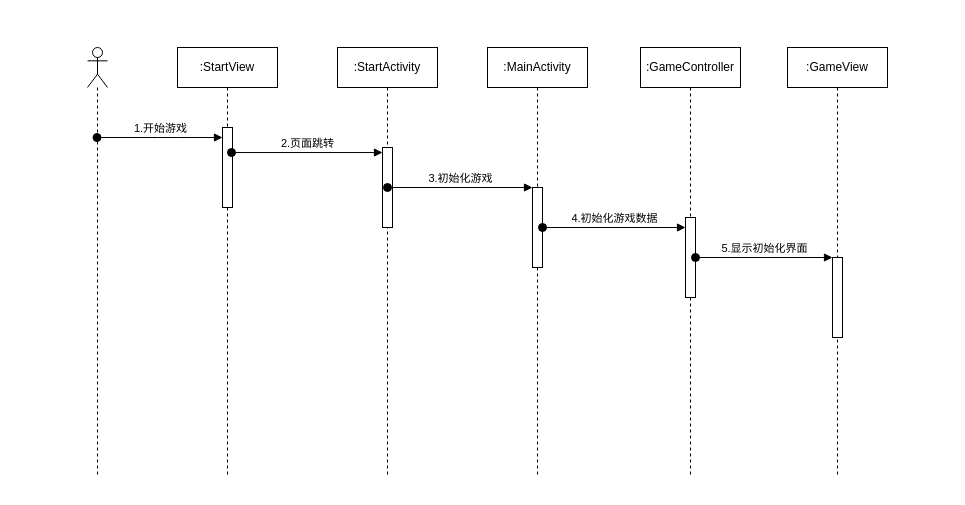
Earlier version of the draw.io diagram page "outline sequence" (2 of 2) of Android Media Program Course Design.drawio (ScarboroughCoral/Draw.io.Storage). Source tidied: cells renumbered, new cells numbered last; positions are measured from the earlier drawing's top-left corner, leaving out a move shared by most shapes. Both pictures are drawn from the tidied source at 100%, with x=0, y=0 at pixel (87, 47).
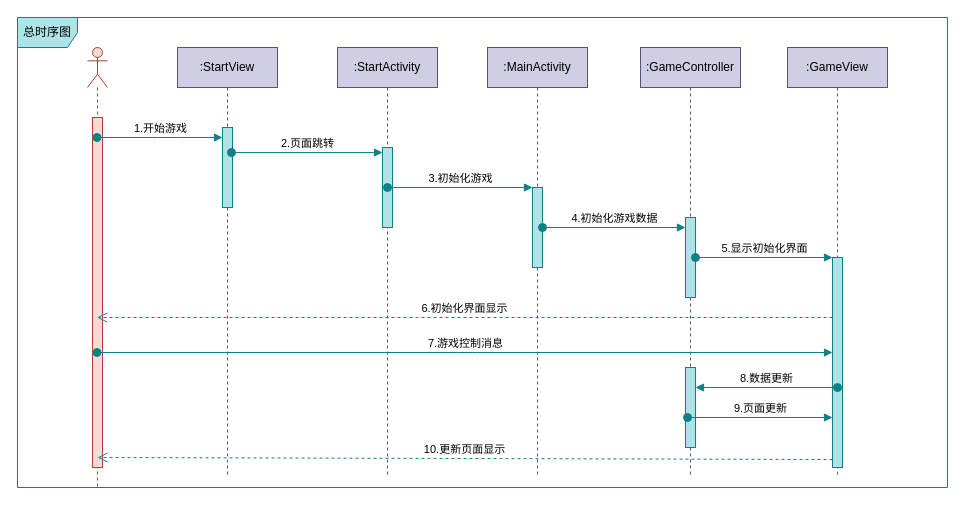
After the change.

The edit, as a diff of the source:
```diff
@@
+    <mxCell id="18" value="总时序图" style="shape=umlFrame;whiteSpace=wrap;html=1;fillColor=#b0e3e6;strokeColor=#0e8088;" parent="1" vertex="1">
+      <mxGeometry x="-70" y="-30" width="930" height="470" as="geometry" />
+    </mxCell>
-    <mxCell id="2" value=":MainActivity" style="shape=umlLifeline;perimeter=lifelinePerimeter;whiteSpace=wrap;html=1;" parent="1" vertex="1">
+    <mxCell id="2" value=":MainActivity" style="shape=umlLifeline;perimeter=lifelinePerimeter;whiteSpace=wrap;html=1;fillColor=#d0cee2;strokeColor=#56517e;" parent="1" vertex="1">
       <mxGeometry x="400" width="100" height="430" as="geometry" />
     </mxCell>
-    <mxCell id="3" style="html=1;points=[];perimeter=orthogonalPerimeter;" parent="2" vertex="1">
+    <mxCell id="3" style="html=1;points=[];perimeter=orthogonalPerimeter;fillColor=#b0e3e6;strokeColor=#0e8088;" parent="2" vertex="1">
       <mxGeometry x="45" y="140" width="10" height="80" as="geometry" />
     </mxCell>
-    <mxCell id="4" style="shape=umlLifeline;participant=umlActor;perimeter=lifelinePerimeter;whiteSpace=wrap;html=1;verticalAlign=top;spacingTop=36;labelBackgroundColor=#ffffff;outlineConnect=0;" parent="1" vertex="1">
-      <mxGeometry width="20" height="430" as="geometry" />
+    <mxCell id="4" style="shape=umlLifeline;participant=umlActor;perimeter=lifelinePerimeter;whiteSpace=wrap;html=1;verticalAlign=top;spacingTop=36;labelBackgroundColor=#ffffff;outlineConnect=0;fillColor=#fad9d5;strokeColor=#ae4132;" parent="1" vertex="1">
+      <mxGeometry width="20" height="440" as="geometry" />
     </mxCell>
+    <mxCell id="19" style="html=1;perimeter=orthogonalPerimeter;fillColor=#fad9d5;strokeColor=#ae4132;" parent="4" vertex="1">
+      <mxGeometry x="5" y="70" width="10" height="350" as="geometry" />
+    </mxCell>
-    <mxCell id="5" value=":GameView" style="shape=umlLifeline;perimeter=lifelinePerimeter;whiteSpace=wrap;html=1;" parent="1" vertex="1">
+    <mxCell id="5" value=":GameView" style="shape=umlLifeline;perimeter=lifelinePerimeter;whiteSpace=wrap;html=1;fillColor=#d0cee2;strokeColor=#56517e;" parent="1" vertex="1">
       <mxGeometry x="700" width="100" height="430" as="geometry" />
     </mxCell>
-    <mxCell id="6" style="html=1;points=[];perimeter=orthogonalPerimeter;" parent="5" vertex="1">
-      <mxGeometry x="45" y="210" width="10" height="80" as="geometry" />
+    <mxCell id="6" style="html=1;points=[];perimeter=orthogonalPerimeter;fillColor=#b0e3e6;strokeColor=#0e8088;" parent="5" vertex="1">
+      <mxGeometry x="45" y="210" width="10" height="210" as="geometry" />
     </mxCell>
+    <mxCell id="20" value="8.数据更新" style="html=1;verticalAlign=bottom;startArrow=oval;startFill=1;endArrow=block;startSize=8;fillColor=#b0e3e6;strokeColor=#0e8088;" parent="5" edge="1" target="21">
+      <mxGeometry relative="1" as="geometry">
+        <mxPoint x="50" y="340" as="sourcePoint" />
+      </mxGeometry>
+    </mxCell>
-    <mxCell id="7" value=":GameController" style="shape=umlLifeline;perimeter=lifelinePerimeter;whiteSpace=wrap;html=1;" parent="1" vertex="1">
+    <mxCell id="7" value=":GameController" style="shape=umlLifeline;perimeter=lifelinePerimeter;whiteSpace=wrap;html=1;fillColor=#d0cee2;strokeColor=#56517e;" parent="1" vertex="1">
       <mxGeometry x="553" width="100" height="430" as="geometry" />
     </mxCell>
-    <mxCell id="8" style="html=1;points=[];perimeter=orthogonalPerimeter;" parent="7" vertex="1">
+    <mxCell id="8" style="html=1;points=[];perimeter=orthogonalPerimeter;fillColor=#b0e3e6;strokeColor=#0e8088;" parent="7" vertex="1">
       <mxGeometry x="45" y="170" width="10" height="80" as="geometry" />
     </mxCell>
+    <mxCell id="21" style="html=1;points=[];perimeter=orthogonalPerimeter;fillColor=#b0e3e6;strokeColor=#0e8088;" parent="7" vertex="1">
+      <mxGeometry x="45" y="320" width="10" height="80" as="geometry" />
+    </mxCell>
+    <mxCell id="22" value="9.页面更新" style="html=1;verticalAlign=bottom;startArrow=oval;startFill=1;endArrow=block;startSize=8;fillColor=#b0e3e6;strokeColor=#0e8088;" parent="7" edge="1" target="6">
+      <mxGeometry relative="1" as="geometry">
+        <mxPoint x="47" y="370" as="sourcePoint" />
+      </mxGeometry>
+    </mxCell>
-    <mxCell id="9" value=":StartActivity" style="shape=umlLifeline;perimeter=lifelinePerimeter;whiteSpace=wrap;html=1;" parent="1" vertex="1">
+    <mxCell id="9" value=":StartActivity" style="shape=umlLifeline;perimeter=lifelinePerimeter;whiteSpace=wrap;html=1;fillColor=#d0cee2;strokeColor=#56517e;" parent="1" vertex="1">
       <mxGeometry x="250" width="100" height="430" as="geometry" />
     </mxCell>
-    <mxCell id="10" style="html=1;points=[];perimeter=orthogonalPerimeter;" parent="9" vertex="1">
+    <mxCell id="10" style="html=1;points=[];perimeter=orthogonalPerimeter;fillColor=#b0e3e6;strokeColor=#0e8088;" parent="9" vertex="1">
       <mxGeometry x="45" y="100" width="10" height="80" as="geometry" />
     </mxCell>
-    <mxCell id="11" value=":StartView" style="shape=umlLifeline;perimeter=lifelinePerimeter;whiteSpace=wrap;html=1;" parent="1" vertex="1">
+    <mxCell id="11" value=":StartView" style="shape=umlLifeline;perimeter=lifelinePerimeter;whiteSpace=wrap;html=1;fillColor=#d0cee2;strokeColor=#56517e;" parent="1" vertex="1">
       <mxGeometry x="90" width="100" height="430" as="geometry" />
     </mxCell>
-    <mxCell id="12" style="html=1;points=[];perimeter=orthogonalPerimeter;" parent="11" vertex="1">
+    <mxCell id="12" style="html=1;points=[];perimeter=orthogonalPerimeter;fillColor=#b0e3e6;strokeColor=#0e8088;" parent="11" vertex="1">
       <mxGeometry x="45" y="80" width="10" height="80" as="geometry" />
     </mxCell>
-    <mxCell id="13" value="1.开始游戏" style="html=1;verticalAlign=bottom;startArrow=oval;endArrow=block;startSize=8;" parent="1" edge="1" source="4" target="12">
+    <mxCell id="13" value="1.开始游戏" style="html=1;verticalAlign=bottom;startArrow=oval;endArrow=block;startSize=8;fillColor=#b0e3e6;strokeColor=#0e8088;" parent="1" edge="1" source="4" target="12">
       <mxGeometry relative="1" as="geometry">
         <Array as="points">
           <mxPoint x="80" y="90" />
         </Array>
       </mxGeometry>
     </mxCell>
-    <mxCell id="14" value="2.页面跳转" style="html=1;verticalAlign=bottom;startArrow=oval;endArrow=block;startSize=8;exitX=0.9;exitY=0.313;exitDx=0;exitDy=0;exitPerimeter=0;" parent="1" edge="1" source="12" target="10">
+    <mxCell id="14" value="2.页面跳转" style="html=1;verticalAlign=bottom;startArrow=oval;endArrow=block;startSize=8;exitX=0.9;exitY=0.313;exitDx=0;exitDy=0;exitPerimeter=0;fillColor=#b0e3e6;strokeColor=#0e8088;" parent="1" edge="1" source="12" target="10">
       <mxGeometry relative="1" as="geometry" />
     </mxCell>
-    <mxCell id="15" value="3.初始化游戏" style="html=1;verticalAlign=bottom;startArrow=oval;endArrow=block;startSize=8;" parent="1" edge="1" target="3">
+    <mxCell id="15" value="3.初始化游戏" style="html=1;verticalAlign=bottom;startArrow=oval;endArrow=block;startSize=8;fillColor=#b0e3e6;strokeColor=#0e8088;" parent="1" edge="1" target="3">
       <mxGeometry relative="1" as="geometry">
         <mxPoint x="300" y="140" as="sourcePoint" />
       </mxGeometry>
     </mxCell>
-    <mxCell id="16" value="4.初始化游戏数据" style="html=1;verticalAlign=bottom;startArrow=oval;endArrow=block;startSize=8;" parent="1" edge="1" source="3" target="8">
+    <mxCell id="16" value="4.初始化游戏数据" style="html=1;verticalAlign=bottom;startArrow=oval;endArrow=block;startSize=8;fillColor=#b0e3e6;strokeColor=#0e8088;" parent="1" edge="1" source="3" target="8">
       <mxGeometry relative="1" as="geometry" />
     </mxCell>
-    <mxCell id="17" value="5.显示初始化界面" style="html=1;verticalAlign=bottom;startArrow=oval;endArrow=block;startSize=8;" parent="1" edge="1" source="8" target="6">
+    <mxCell id="17" value="5.显示初始化界面" style="html=1;verticalAlign=bottom;startArrow=oval;endArrow=block;startSize=8;fillColor=#b0e3e6;strokeColor=#0e8088;" parent="1" edge="1" source="8" target="6">
       <mxGeometry relative="1" as="geometry" />
     </mxCell>
+    <mxCell id="23" value="6.初始化界面显示" style="html=1;verticalAlign=bottom;endArrow=open;dashed=1;endSize=8;fillColor=#b0e3e6;strokeColor=#0e8088;" parent="1" edge="1" source="6" target="4">
+      <mxGeometry relative="1" as="geometry">
+        <Array as="points">
+          <mxPoint x="320" y="270" />
+        </Array>
+      </mxGeometry>
+    </mxCell>
+    <mxCell id="24" value="7.游戏控制消息&lt;br&gt;" style="html=1;verticalAlign=bottom;startArrow=oval;startFill=1;endArrow=block;startSize=8;fillColor=#b0e3e6;strokeColor=#0e8088;" parent="1" edge="1" source="4" target="6">
+      <mxGeometry relative="1" as="geometry">
+        <Array as="points">
+          <mxPoint x="380" y="305" />
+        </Array>
+      </mxGeometry>
+    </mxCell>
+    <mxCell id="25" value="10.更新页面显示" style="html=1;verticalAlign=bottom;endArrow=open;dashed=1;endSize=8;exitX=0;exitY=0.962;exitDx=0;exitDy=0;exitPerimeter=0;fillColor=#b0e3e6;strokeColor=#0e8088;" parent="1" edge="1" source="6">
+      <mxGeometry relative="1" as="geometry">
+        <mxPoint x="10" y="410" as="targetPoint" />
+      </mxGeometry>
+    </mxCell>
```
